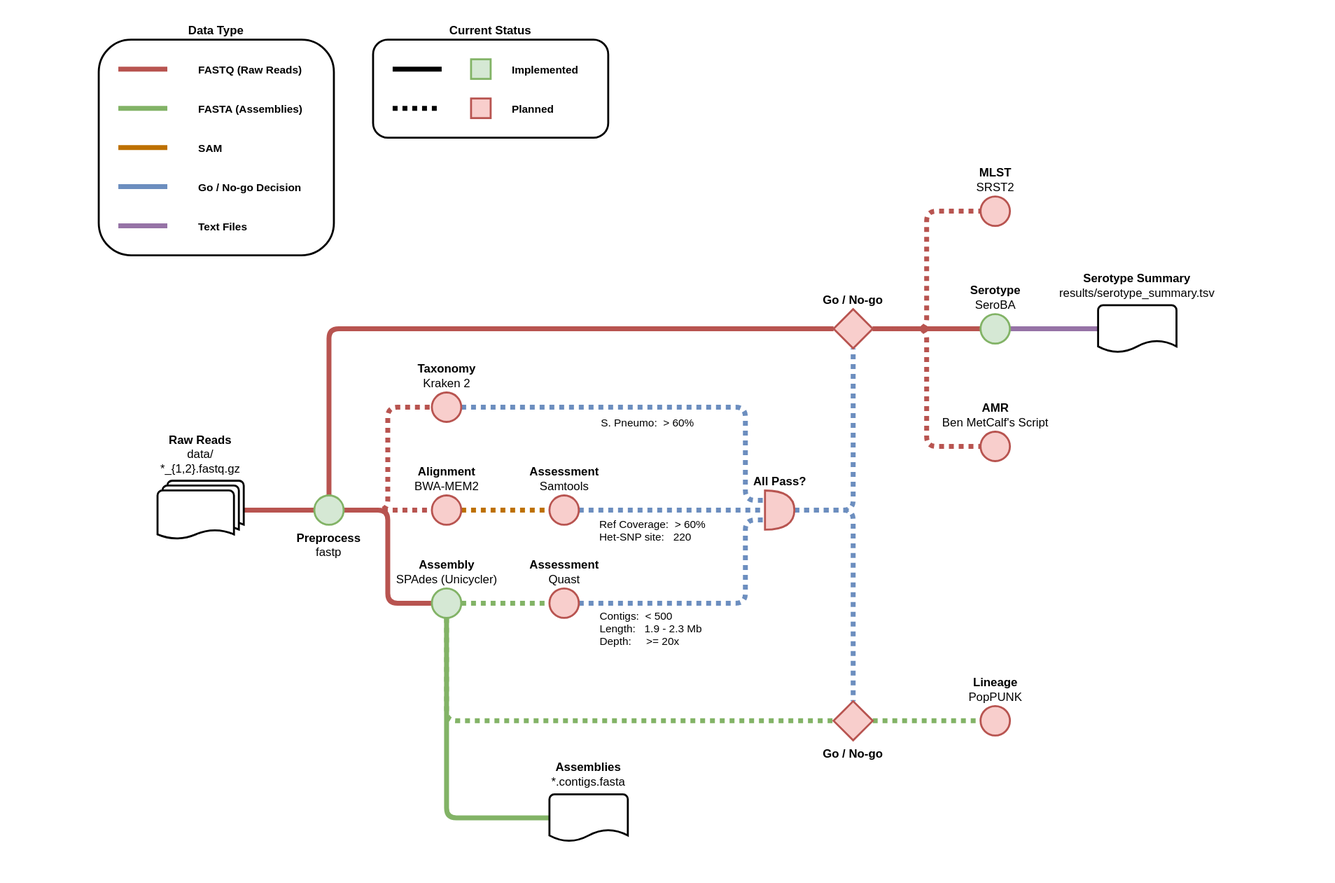
sanger-bentley-group/gps-pipeline keeps this draw.io diagram as doc/workflow.drawio.svg. Above is the earlier version. Source tidied: cells renumbered, new cells last; positions are measured from the earlier drawing's top-left corner, leaving out a move shared by most shapes.
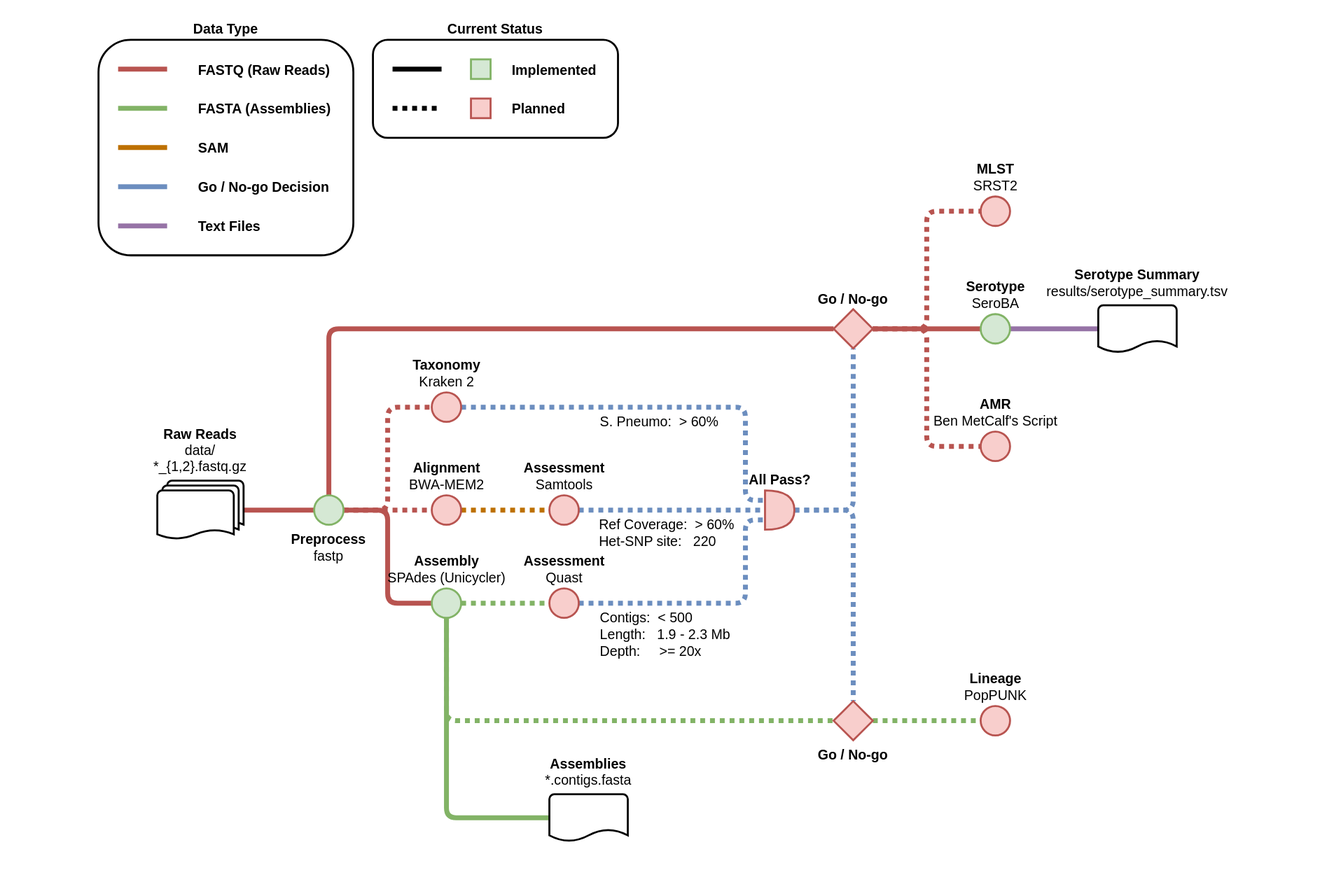
The same file after the commit.

Commit message:
Increase font size

Diff of the diagram source:
```diff
@@ -7,7 +7,7 @@
     </mxCell>
-    <mxCell id="3" value="&lt;b&gt;Current Status&lt;/b&gt;" style="rounded=1;whiteSpace=wrap;html=1;strokeWidth=2;fillColor=none;labelPosition=center;verticalLabelPosition=top;align=center;verticalAlign=bottom;" parent="1" vertex="1">
-      <mxGeometry x="380" y="40" width="240" height="100" as="geometry" />
+    <mxCell id="3" value="&lt;b style=&quot;font-size: 14px;&quot;&gt;Current Status&lt;/b&gt;" style="rounded=1;whiteSpace=wrap;html=1;strokeWidth=2;fillColor=none;labelPosition=center;verticalLabelPosition=top;align=center;verticalAlign=bottom;fontSize=14;" parent="1" vertex="1">
+      <mxGeometry x="380" y="40" width="250" height="100" as="geometry" />
     </mxCell>
-    <mxCell id="4" value="Data Type" style="rounded=1;whiteSpace=wrap;html=1;strokeWidth=2;fillColor=none;fontStyle=1;labelPosition=center;verticalLabelPosition=top;align=center;verticalAlign=bottom;spacing=2;" parent="1" vertex="1">
-      <mxGeometry x="100" y="40" width="240" height="220" as="geometry" />
+    <mxCell id="4" value="Data Type" style="rounded=1;whiteSpace=wrap;html=1;strokeWidth=2;fillColor=none;fontStyle=1;labelPosition=center;verticalLabelPosition=top;align=center;verticalAlign=bottom;spacing=2;fontSize=14;" parent="1" vertex="1">
+      <mxGeometry x="100" y="40" width="260" height="220" as="geometry" />
     </mxCell>
@@ -16,3 +16,3 @@
     </mxCell>
-    <mxCell id="6" value="&lt;b&gt;Raw Reads&lt;/b&gt;&lt;br&gt;data/&lt;span class=&quot;pl-s&quot;&gt;*_{1,2}.fastq.gz&lt;/span&gt;" style="strokeWidth=2;html=1;shape=mxgraph.flowchart.multi-document;whiteSpace=wrap;align=center;labelPosition=center;verticalLabelPosition=top;verticalAlign=bottom;rounded=1;spacing=5;" parent="1" vertex="1">
+    <mxCell id="6" value="&lt;b style=&quot;font-size: 14px;&quot;&gt;Raw Reads&lt;/b&gt;&lt;br style=&quot;font-size: 14px;&quot;&gt;data/&lt;span class=&quot;pl-s&quot; style=&quot;font-size: 14px;&quot;&gt;*_{1,2}.fastq.gz&lt;/span&gt;" style="strokeWidth=2;html=1;shape=mxgraph.flowchart.multi-document;whiteSpace=wrap;align=center;labelPosition=center;verticalLabelPosition=top;verticalAlign=bottom;rounded=1;spacing=5;fontSize=14;" parent="1" vertex="1">
       <mxGeometry x="160" y="490" width="88" height="60" as="geometry" />
@@ -34,3 +34,3 @@
     </mxCell>
-    <mxCell id="11" value="FASTQ (Raw Reads)" style="edgeLabel;html=1;align=left;verticalAlign=middle;fontStyle=1;labelBackgroundColor=none;rounded=1;" parent="10" vertex="1">
+    <mxCell id="11" value="FASTQ (Raw Reads)" style="edgeLabel;html=1;align=left;verticalAlign=middle;fontStyle=1;labelBackgroundColor=none;rounded=1;fontSize=14;" parent="10" vertex="1">
       <mxGeometry x="0.4" relative="1" as="geometry">
@@ -52,3 +52,3 @@
     </mxCell>
-    <mxCell id="15" value="&lt;b&gt;Assembly&lt;/b&gt;&lt;br&gt;SPAdes (Unicycler)" style="ellipse;html=1;strokeWidth=2;labelPosition=center;verticalLabelPosition=top;align=center;verticalAlign=bottom;fillColor=#d5e8d4;strokeColor=#82b366;rounded=1;" parent="1" vertex="1">
+    <mxCell id="15" value="&lt;b style=&quot;font-size: 14px;&quot;&gt;Assembly&lt;/b&gt;&lt;br style=&quot;font-size: 14px;&quot;&gt;SPAdes (Unicycler)" style="ellipse;html=1;strokeWidth=2;labelPosition=center;verticalLabelPosition=top;align=center;verticalAlign=bottom;fillColor=#d5e8d4;strokeColor=#82b366;rounded=1;fontSize=14;" parent="1" vertex="1">
       <mxGeometry x="440" y="600" width="30" height="30" as="geometry" />
@@ -58,3 +58,3 @@
     </mxCell>
-    <mxCell id="17" value="&lt;b&gt;Alignment&lt;/b&gt;&lt;br&gt;BWA-MEM2" style="ellipse;html=1;strokeWidth=2;labelPosition=center;verticalLabelPosition=top;align=center;verticalAlign=bottom;fillColor=#f8cecc;strokeColor=#b85450;rounded=1;" parent="1" vertex="1">
+    <mxCell id="17" value="&lt;b style=&quot;font-size: 14px;&quot;&gt;Alignment&lt;/b&gt;&lt;br style=&quot;font-size: 14px;&quot;&gt;BWA-MEM2" style="ellipse;html=1;strokeWidth=2;labelPosition=center;verticalLabelPosition=top;align=center;verticalAlign=bottom;fillColor=#f8cecc;strokeColor=#b85450;rounded=1;fontSize=14;" parent="1" vertex="1">
       <mxGeometry x="440" y="505" width="30" height="30" as="geometry" />
@@ -67,3 +67,3 @@
     </mxCell>
-    <mxCell id="20" value="&lt;b&gt;All Pass?&lt;/b&gt;" style="shape=or;html=1;strokeWidth=2;labelPosition=center;verticalLabelPosition=top;align=center;verticalAlign=bottom;fillColor=#f8cecc;strokeColor=#b85450;rounded=1;" parent="1" vertex="1">
+    <mxCell id="20" value="&lt;b style=&quot;font-size: 14px;&quot;&gt;All Pass?&lt;/b&gt;" style="shape=or;html=1;strokeWidth=2;labelPosition=center;verticalLabelPosition=top;align=center;verticalAlign=bottom;fillColor=#f8cecc;strokeColor=#b85450;rounded=1;fontSize=14;" parent="1" vertex="1">
       <mxGeometry x="780" y="500" width="30" height="40" as="geometry" />
@@ -78,8 +78,8 @@
     </mxCell>
-    <mxCell id="22" value="S. Pneumo:  &gt; 60%" style="edgeLabel;align=left;verticalAlign=middle;labelBackgroundColor=none;rounded=1;" parent="21" vertex="1">
+    <mxCell id="22" value="S. Pneumo:  &gt; 60%" style="edgeLabel;align=left;verticalAlign=top;labelBackgroundColor=none;rounded=1;fontSize=14;" parent="21" vertex="1">
       <mxGeometry x="-0.06" y="-2" relative="1" as="geometry">
-        <mxPoint x="-49" y="13" as="offset" />
+        <mxPoint x="-50" y="-2" as="offset" />
       </mxGeometry>
     </mxCell>
-    <mxCell id="23" value="&lt;div&gt;&lt;b&gt;Taxonomy&lt;/b&gt;&lt;/div&gt;&lt;div&gt;Kraken 2&lt;/div&gt;" style="ellipse;html=1;strokeWidth=2;labelPosition=center;verticalLabelPosition=top;align=center;verticalAlign=bottom;fillColor=#f8cecc;strokeColor=#b85450;rounded=1;" parent="1" vertex="1">
+    <mxCell id="23" value="&lt;div style=&quot;font-size: 14px;&quot;&gt;&lt;b style=&quot;font-size: 14px;&quot;&gt;Taxonomy&lt;/b&gt;&lt;/div&gt;&lt;div style=&quot;font-size: 14px;&quot;&gt;Kraken 2&lt;/div&gt;" style="ellipse;html=1;strokeWidth=2;labelPosition=center;verticalLabelPosition=top;align=center;verticalAlign=bottom;fillColor=#f8cecc;strokeColor=#b85450;rounded=1;fontSize=14;" parent="1" vertex="1">
       <mxGeometry x="440" y="400" width="30" height="30" as="geometry" />
@@ -94,8 +94,8 @@
     </mxCell>
-    <mxCell id="25" value="Contigs:  &lt; 500&#10;Length:   1.9 - 2.3 Mb&#10;Depth:&#9;    &gt;= 20x" style="edgeLabel;align=left;verticalAlign=middle;labelBackgroundColor=none;rounded=1;" parent="24" vertex="1">
+    <mxCell id="25" value="Contigs:  &lt; 500&#10;Length:   1.9 - 2.3 Mb&#10;Depth:&#9;    &gt;= 20x" style="edgeLabel;align=left;verticalAlign=top;labelBackgroundColor=none;rounded=1;fontSize=14;" parent="24" vertex="1">
       <mxGeometry x="-0.15" y="-1" relative="1" as="geometry">
-        <mxPoint x="-97" y="24" as="offset" />
+        <mxPoint x="-97" y="-1" as="offset" />
       </mxGeometry>
     </mxCell>
-    <mxCell id="26" value="&lt;b&gt;Assessment&lt;/b&gt;&lt;br&gt;Quast" style="ellipse;html=1;strokeWidth=2;labelPosition=center;verticalLabelPosition=top;align=center;verticalAlign=bottom;fillColor=#f8cecc;strokeColor=#b85450;rounded=1;" parent="1" vertex="1">
+    <mxCell id="26" value="&lt;b style=&quot;font-size: 14px;&quot;&gt;Assessment&lt;/b&gt;&lt;br style=&quot;font-size: 14px;&quot;&gt;Quast" style="ellipse;html=1;strokeWidth=2;labelPosition=center;verticalLabelPosition=top;align=center;verticalAlign=bottom;fillColor=#f8cecc;strokeColor=#b85450;rounded=1;fontSize=14;" parent="1" vertex="1">
       <mxGeometry x="560" y="600" width="30" height="30" as="geometry" />
@@ -108,3 +108,3 @@
     </mxCell>
-    <mxCell id="28" value="FASTA (Assemblies)" style="edgeLabel;html=1;align=left;verticalAlign=middle;fontStyle=1;labelBackgroundColor=none;rounded=1;" parent="27" vertex="1">
+    <mxCell id="28" value="FASTA (Assemblies)" style="edgeLabel;html=1;align=left;verticalAlign=middle;fontStyle=1;labelBackgroundColor=none;rounded=1;fontSize=14;" parent="27" vertex="1">
       <mxGeometry x="0.4" relative="1" as="geometry">
@@ -119,3 +119,3 @@
     </mxCell>
-    <mxCell id="30" value="SAM" style="edgeLabel;html=1;align=left;verticalAlign=middle;fontStyle=1;labelBackgroundColor=none;rounded=1;" parent="29" vertex="1">
+    <mxCell id="30" value="SAM" style="edgeLabel;html=1;align=left;verticalAlign=middle;fontStyle=1;labelBackgroundColor=none;rounded=1;fontSize=14;" parent="29" vertex="1">
       <mxGeometry x="0.4" relative="1" as="geometry">
@@ -127,8 +127,8 @@
     </mxCell>
-    <mxCell id="32" value="Ref Coverage:  &gt; 60%&#10;Het-SNP site:   220" style="edgeLabel;align=left;verticalAlign=middle;labelBackgroundColor=none;rounded=1;" parent="31" vertex="1">
+    <mxCell id="32" value="Ref Coverage:  &gt; 60%&#10;Het-SNP site:   220" style="edgeLabel;align=left;verticalAlign=top;labelBackgroundColor=none;rounded=1;fontSize=14;" parent="31" vertex="1">
       <mxGeometry x="-0.18" y="-3" relative="1" as="geometry">
-        <mxPoint x="-59" y="17" as="offset" />
+        <mxPoint x="-59" y="-3" as="offset" />
       </mxGeometry>
     </mxCell>
-    <mxCell id="33" value="&lt;b&gt;Assessment&lt;br&gt;&lt;/b&gt;Samtools" style="ellipse;html=1;strokeWidth=2;labelPosition=center;verticalLabelPosition=top;align=center;verticalAlign=bottom;fillColor=#f8cecc;strokeColor=#b85450;rounded=1;" parent="1" vertex="1">
+    <mxCell id="33" value="&lt;b style=&quot;font-size: 14px;&quot;&gt;Assessment&lt;br style=&quot;font-size: 14px;&quot;&gt;&lt;/b&gt;Samtools" style="ellipse;html=1;strokeWidth=2;labelPosition=center;verticalLabelPosition=top;align=center;verticalAlign=bottom;fillColor=#f8cecc;strokeColor=#b85450;rounded=1;fontSize=14;" parent="1" vertex="1">
       <mxGeometry x="560" y="505" width="30" height="30" as="geometry" />
@@ -141,3 +141,3 @@
     </mxCell>
-    <mxCell id="35" value="Go / No-go Decision" style="edgeLabel;html=1;align=left;verticalAlign=middle;fontStyle=1;labelBackgroundColor=none;rounded=1;" parent="34" vertex="1">
+    <mxCell id="35" value="Go / No-go Decision" style="edgeLabel;html=1;align=left;verticalAlign=middle;fontStyle=1;labelBackgroundColor=none;rounded=1;fontSize=14;" parent="34" vertex="1">
       <mxGeometry x="0.4" relative="1" as="geometry">
@@ -146,3 +146,3 @@
     </mxCell>
-    <mxCell id="36" value="&lt;b&gt;Lineage&lt;/b&gt;&lt;br&gt;PopPUNK" style="ellipse;html=1;strokeWidth=2;labelPosition=center;verticalLabelPosition=top;align=center;verticalAlign=bottom;fillColor=#f8cecc;strokeColor=#b85450;rounded=1;" parent="1" vertex="1">
+    <mxCell id="36" value="&lt;b style=&quot;font-size: 14px;&quot;&gt;Lineage&lt;/b&gt;&lt;br style=&quot;font-size: 14px;&quot;&gt;PopPUNK" style="ellipse;html=1;strokeWidth=2;labelPosition=center;verticalLabelPosition=top;align=center;verticalAlign=bottom;fillColor=#f8cecc;strokeColor=#b85450;rounded=1;fontSize=14;" parent="1" vertex="1">
       <mxGeometry x="1000" y="720" width="30" height="30" as="geometry" />
@@ -156,3 +156,3 @@
     </mxCell>
-    <mxCell id="38" value="&lt;b&gt;Preprocess&lt;/b&gt;&lt;br&gt;fastp" style="ellipse;whiteSpace=wrap;html=1;strokeWidth=2;labelPosition=center;verticalLabelPosition=bottom;align=center;verticalAlign=top;fillColor=#d5e8d4;strokeColor=#82b366;rounded=1;" parent="1" vertex="1">
+    <mxCell id="38" value="&lt;b style=&quot;font-size: 14px;&quot;&gt;Preprocess&lt;/b&gt;&lt;br style=&quot;font-size: 14px;&quot;&gt;fastp" style="ellipse;whiteSpace=wrap;html=1;strokeWidth=2;labelPosition=center;verticalLabelPosition=bottom;align=center;verticalAlign=top;fillColor=#d5e8d4;strokeColor=#82b366;rounded=1;fontSize=14;" parent="1" vertex="1">
       <mxGeometry x="320" y="505" width="30" height="30" as="geometry" />
@@ -168,3 +168,3 @@
     </mxCell>
-    <mxCell id="42" value="Go / No-go" style="strokeWidth=2;shape=mxgraph.flowchart.decision;fillColor=#f8cecc;strokeColor=#b85450;labelPosition=center;verticalLabelPosition=top;align=center;verticalAlign=bottom;fontStyle=1;rounded=1;" parent="1" vertex="1">
+    <mxCell id="42" value="Go / No-go" style="strokeWidth=2;shape=mxgraph.flowchart.decision;fillColor=#f8cecc;strokeColor=#b85450;labelPosition=center;verticalLabelPosition=top;align=center;verticalAlign=bottom;fontStyle=1;rounded=1;fontSize=14;" parent="1" vertex="1">
       <mxGeometry x="850" y="315" width="40" height="40" as="geometry" />
@@ -174,6 +174,6 @@
     </mxCell>
-    <mxCell id="44" value="&lt;b&gt;Serotype&lt;/b&gt;&lt;br&gt;SeroBA" style="ellipse;html=1;strokeWidth=2;labelPosition=center;verticalLabelPosition=top;align=center;verticalAlign=bottom;fillColor=#d5e8d4;strokeColor=#82b366;rounded=1;" parent="1" vertex="1">
+    <mxCell id="44" value="&lt;b style=&quot;font-size: 14px;&quot;&gt;Serotype&lt;/b&gt;&lt;br style=&quot;font-size: 14px;&quot;&gt;SeroBA" style="ellipse;html=1;strokeWidth=2;labelPosition=center;verticalLabelPosition=top;align=center;verticalAlign=bottom;fillColor=#d5e8d4;strokeColor=#82b366;rounded=1;fontSize=14;" parent="1" vertex="1">
       <mxGeometry x="1000" y="320" width="30" height="30" as="geometry" />
     </mxCell>
-    <mxCell id="45" value="&lt;b&gt;MLST&lt;/b&gt;&lt;br&gt;SRST2" style="ellipse;html=1;strokeWidth=2;labelPosition=center;verticalLabelPosition=top;align=center;verticalAlign=bottom;fillColor=#f8cecc;strokeColor=#b85450;rounded=1;" parent="1" vertex="1">
+    <mxCell id="45" value="&lt;b style=&quot;font-size: 14px;&quot;&gt;MLST&lt;/b&gt;&lt;br style=&quot;font-size: 14px;&quot;&gt;SRST2" style="ellipse;html=1;strokeWidth=2;labelPosition=center;verticalLabelPosition=top;align=center;verticalAlign=bottom;fillColor=#f8cecc;strokeColor=#b85450;rounded=1;fontSize=14;" parent="1" vertex="1">
       <mxGeometry x="1000" y="200" width="30" height="30" as="geometry" />
@@ -183,6 +183,6 @@
     </mxCell>
-    <mxCell id="47" value="Go / No-go" style="strokeWidth=2;shape=mxgraph.flowchart.decision;fillColor=#f8cecc;strokeColor=#b85450;labelPosition=center;verticalLabelPosition=bottom;align=center;verticalAlign=top;fontStyle=1;rounded=1;" parent="1" vertex="1">
+    <mxCell id="47" value="Go / No-go" style="strokeWidth=2;shape=mxgraph.flowchart.decision;fillColor=#f8cecc;strokeColor=#b85450;labelPosition=center;verticalLabelPosition=bottom;align=center;verticalAlign=top;fontStyle=1;rounded=1;fontSize=14;" parent="1" vertex="1">
       <mxGeometry x="850" y="715" width="40" height="40" as="geometry" />
     </mxCell>
-    <mxCell id="48" value="&lt;b&gt;AMR&lt;/b&gt;&lt;br&gt;Ben MetCalf's Script" style="ellipse;html=1;strokeWidth=2;labelPosition=center;verticalLabelPosition=top;align=center;verticalAlign=bottom;fillColor=#f8cecc;strokeColor=#b85450;rounded=1;" parent="1" vertex="1">
+    <mxCell id="48" value="&lt;b style=&quot;font-size: 14px;&quot;&gt;AMR&lt;/b&gt;&lt;br style=&quot;font-size: 14px;&quot;&gt;Ben MetCalf's Script" style="ellipse;html=1;strokeWidth=2;labelPosition=center;verticalLabelPosition=top;align=center;verticalAlign=bottom;fillColor=#f8cecc;strokeColor=#b85450;rounded=1;fontSize=14;" parent="1" vertex="1">
       <mxGeometry x="1000" y="440" width="30" height="30" as="geometry" />
@@ -195,3 +195,3 @@
     </mxCell>
-    <mxCell id="50" value="Text Files" style="edgeLabel;html=1;align=left;verticalAlign=middle;fontStyle=1;labelBackgroundColor=none;rounded=1;" parent="49" vertex="1">
+    <mxCell id="50" value="Text Files" style="edgeLabel;html=1;align=left;verticalAlign=middle;fontStyle=1;labelBackgroundColor=none;rounded=1;fontSize=14;" parent="49" vertex="1">
       <mxGeometry x="0.4" relative="1" as="geometry">
@@ -200,3 +200,3 @@
     </mxCell>
-    <mxCell id="51" value="&lt;b&gt;Serotype Summary&lt;/b&gt;&lt;br&gt;results/serotype_summary.tsv" style="strokeWidth=2;html=1;shape=mxgraph.flowchart.document2;whiteSpace=wrap;size=0.25;labelPosition=center;verticalLabelPosition=top;align=center;verticalAlign=bottom;rounded=1;spacing=5;" parent="1" vertex="1">
+    <mxCell id="51" value="&lt;b style=&quot;font-size: 14px;&quot;&gt;Serotype Summary&lt;/b&gt;&lt;br style=&quot;font-size: 14px;&quot;&gt;results/serotype_summary.tsv" style="strokeWidth=2;html=1;shape=mxgraph.flowchart.document2;whiteSpace=wrap;size=0.25;labelPosition=center;verticalLabelPosition=top;align=center;verticalAlign=bottom;rounded=1;spacing=5;fontSize=14;" parent="1" vertex="1">
       <mxGeometry x="1120" y="311" width="80" height="48" as="geometry" />
@@ -209,3 +209,3 @@
     </mxCell>
-    <mxCell id="53" value="Implemented" style="edgeLabel;html=1;align=left;verticalAlign=middle;fontStyle=1;labelBackgroundColor=none;rounded=1;" parent="52" vertex="1">
+    <mxCell id="53" value="Implemented" style="edgeLabel;html=1;align=left;verticalAlign=middle;fontStyle=1;labelBackgroundColor=none;rounded=1;fontSize=14;" parent="52" vertex="1">
       <mxGeometry x="0.4" relative="1" as="geometry">
@@ -220,3 +220,3 @@
     </mxCell>
-    <mxCell id="55" value="Planned" style="edgeLabel;html=1;align=left;verticalAlign=middle;fontStyle=1;labelBackgroundColor=none;rounded=1;" parent="54" vertex="1">
+    <mxCell id="55" value="Planned" style="edgeLabel;html=1;align=left;verticalAlign=middle;fontStyle=1;labelBackgroundColor=none;rounded=1;fontSize=14;" parent="54" vertex="1">
       <mxGeometry x="0.4" relative="1" as="geometry">
@@ -231,3 +231,3 @@
     </mxCell>
-    <mxCell id="58" value="&lt;b&gt;Assemblies&lt;/b&gt;&lt;br&gt;*.contigs.fasta" style="strokeWidth=2;html=1;shape=mxgraph.flowchart.document2;whiteSpace=wrap;size=0.25;labelPosition=center;verticalLabelPosition=top;align=center;verticalAlign=bottom;rounded=1;spacing=5;" parent="1" vertex="1">
+    <mxCell id="58" value="&lt;b style=&quot;font-size: 14px;&quot;&gt;Assemblies&lt;/b&gt;&lt;br style=&quot;font-size: 14px;&quot;&gt;*.contigs.fasta" style="strokeWidth=2;html=1;shape=mxgraph.flowchart.document2;whiteSpace=wrap;size=0.25;labelPosition=center;verticalLabelPosition=top;align=center;verticalAlign=bottom;rounded=1;spacing=5;fontSize=14;" parent="1" vertex="1">
       <mxGeometry x="560" y="810" width="80" height="48" as="geometry" />
```
